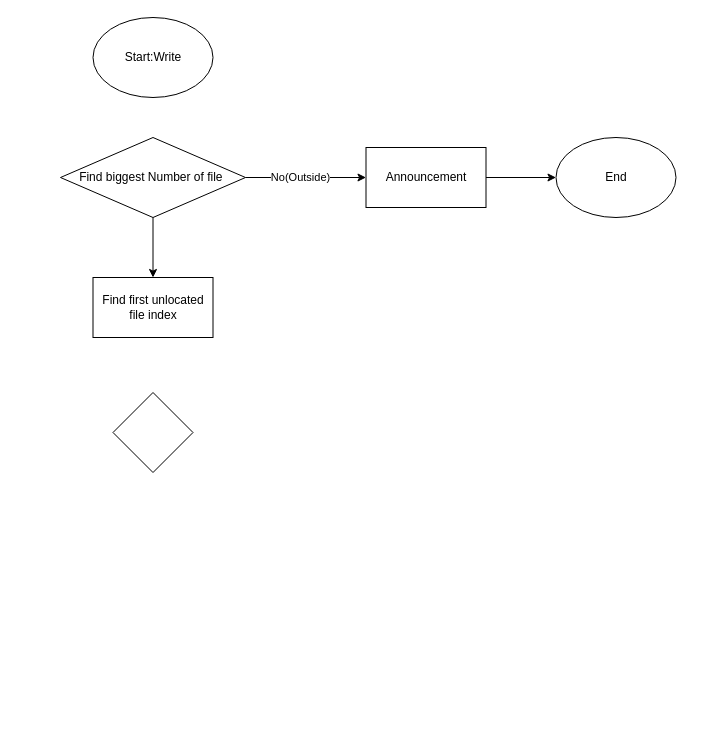
The draw.io diagram page "Write" (4 of 4) of Mindset.drawio in Chipuscu/STM321, before the edit. Source tidied: cells renumbered, new cells numbered last; positions are measured from the earlier drawing's top-left corner, leaving out a move shared by most shapes. Both pictures are drawn from the tidied source at 100%, with x=0, y=0 at pixel (60, 17).
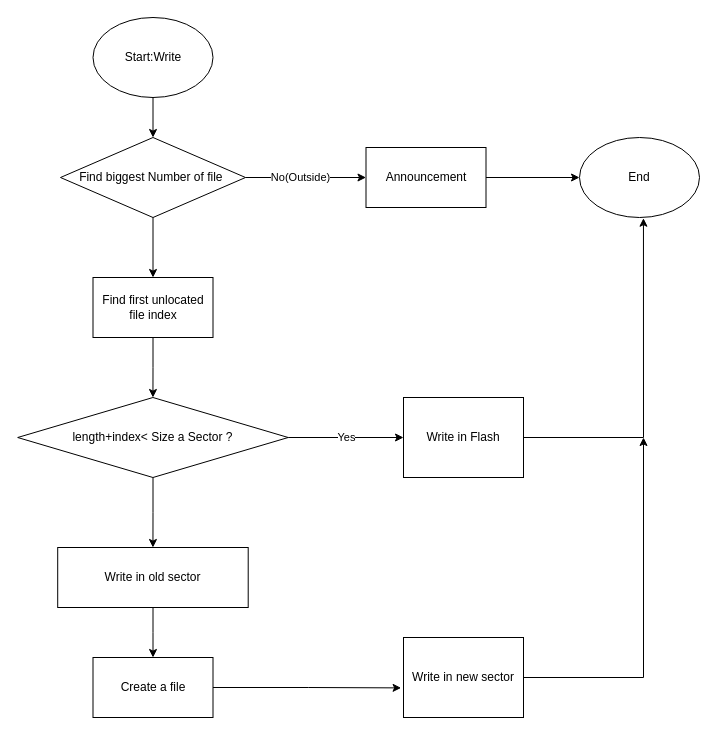
After the change.

Unchanged cells that the change refers to:
```xml
<mxCell id="2" value="Start:Write" style="ellipse;whiteSpace=wrap;html=1;" parent="1" vertex="1">
  <mxGeometry x="32.5" width="120" height="80" as="geometry" />
</mxCell>
<mxCell id="6" value="Find biggest Number of file&amp;nbsp;" style="rhombus;whiteSpace=wrap;html=1;" parent="1" vertex="1">
  <mxGeometry y="120" width="185" height="80" as="geometry" />
</mxCell>
<mxCell id="7" value="Find first unlocated file index" style="rounded=0;whiteSpace=wrap;html=1;" parent="1" vertex="1">
  <mxGeometry x="32.5" y="260" width="120" height="60" as="geometry" />
</mxCell>
```

The edit, as a diff of the source:
```diff
@@
+    <mxCell id="12" style="edgeStyle=orthogonalEdgeStyle;rounded=0;jettySize=auto;html=1;entryX=0.5;entryY=0;entryDx=0;entryDy=0;" parent="1" edge="1" source="2" target="6">
+      <mxGeometry relative="1" as="geometry" />
+    </mxCell>
@@
+    <mxCell id="13" style="edgeStyle=orthogonalEdgeStyle;rounded=0;jettySize=auto;html=1;entryX=0.5;entryY=0;entryDx=0;entryDy=0;" parent="1" edge="1" source="7" target="11">
+      <mxGeometry relative="1" as="geometry" />
+    </mxCell>
@@
     <mxCell id="10" value="End" style="ellipse;whiteSpace=wrap;html=1;" parent="1" vertex="1">
-      <mxGeometry x="495.5" y="120" width="120" height="80" as="geometry" />
+      <mxGeometry x="519" y="120" width="120" height="80" as="geometry" />
     </mxCell>
+    <mxCell id="14" value="Yes" style="edgeStyle=orthogonalEdgeStyle;rounded=0;jettySize=auto;html=1;" parent="1" edge="1" source="11" target="17">
+      <mxGeometry relative="1" as="geometry" />
+    </mxCell>
+    <mxCell id="15" style="edgeStyle=orthogonalEdgeStyle;rounded=0;jettySize=auto;html=1;entryX=0.5;entryY=0;entryDx=0;entryDy=0;" parent="1" edge="1" source="11" target="19">
+      <mxGeometry relative="1" as="geometry" />
+    </mxCell>
-    <mxCell id="11" style="rhombus;whiteSpace=wrap;html=1;" parent="1" vertex="1">
-      <mxGeometry x="52.5" y="375" width="80" height="80" as="geometry" />
+    <mxCell id="11" value="length+index&amp;lt; Size a Sector ?" style="rhombus;whiteSpace=wrap;html=1;" parent="1" vertex="1">
+      <mxGeometry x="-42.8" y="380" width="270.5" height="80" as="geometry" />
     </mxCell>
+    <mxCell id="16" style="edgeStyle=orthogonalEdgeStyle;rounded=0;jettySize=auto;html=1;entryX=0.533;entryY=1.009;entryDx=0;entryDy=0;entryPerimeter=0;" parent="1" edge="1" source="17" target="10">
+      <mxGeometry relative="1" as="geometry" />
+    </mxCell>
+    <mxCell id="17" value="Write in Flash" style="rounded=0;whiteSpace=wrap;html=1;" parent="1" vertex="1">
+      <mxGeometry x="343" y="380" width="120" height="80" as="geometry" />
+    </mxCell>
+    <mxCell id="18" style="edgeStyle=orthogonalEdgeStyle;rounded=0;jettySize=auto;html=1;entryX=0.5;entryY=0;entryDx=0;entryDy=0;" parent="1" edge="1" source="19" target="21">
+      <mxGeometry relative="1" as="geometry" />
+    </mxCell>
+    <mxCell id="19" value="Write in old sector" style="rounded=0;whiteSpace=wrap;html=1;" parent="1" vertex="1">
+      <mxGeometry x="-2.8" y="530" width="190.5" height="60" as="geometry" />
+    </mxCell>
+    <mxCell id="20" style="edgeStyle=orthogonalEdgeStyle;rounded=0;jettySize=auto;html=1;entryX=-0.02;entryY=0.63;entryDx=0;entryDy=0;entryPerimeter=0;" parent="1" edge="1" source="21" target="22">
+      <mxGeometry relative="1" as="geometry" />
+    </mxCell>
+    <mxCell id="21" value="Create a file" style="rounded=0;whiteSpace=wrap;html=1;" parent="1" vertex="1">
+      <mxGeometry x="32.5" y="640" width="120" height="60" as="geometry" />
+    </mxCell>
+    <mxCell id="22" value="Write in new sector" style="rounded=0;whiteSpace=wrap;html=1;" parent="1" vertex="1">
+      <mxGeometry x="343" y="620" width="120" height="80" as="geometry" />
+    </mxCell>
+    <mxCell id="23" style="edgeStyle=orthogonalEdgeStyle;rounded=0;jettySize=auto;html=1;exitX=1;exitY=0.5;exitDx=0;exitDy=0;" parent="1" edge="1" source="22">
+      <mxGeometry relative="1" as="geometry">
+        <mxPoint x="583" y="420" as="targetPoint" />
+        <Array as="points">
+          <mxPoint x="583" y="660" />
+        </Array>
+      </mxGeometry>
+    </mxCell>
```
